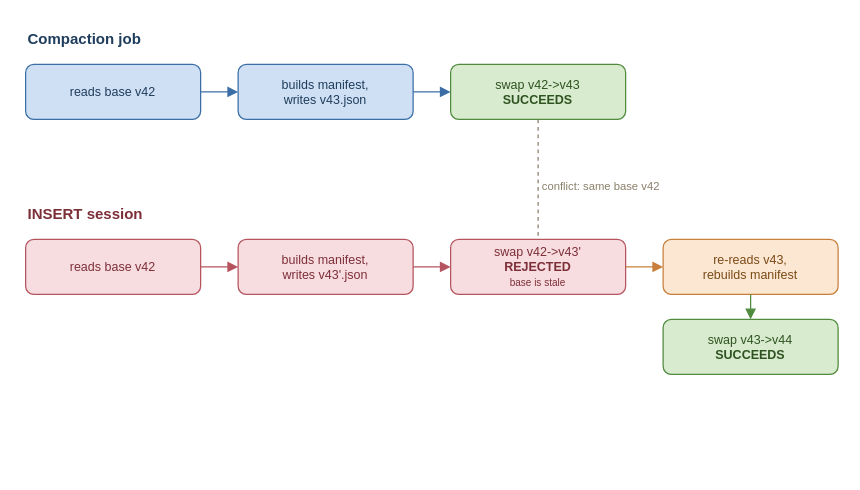
AlanPhan04/spark-101-to-pro keeps this draw.io diagram as book/figures/catalog-commit-race.drawio. Above is the earlier version. Source tidied: cells renumbered, new cells numbered last; positions are measured from the earlier drawing's top-left corner, leaving out a move shared by most shapes. Both pictures are drawn from the tidied source at 125%, with x=0, y=0 at pixel (25, 21).
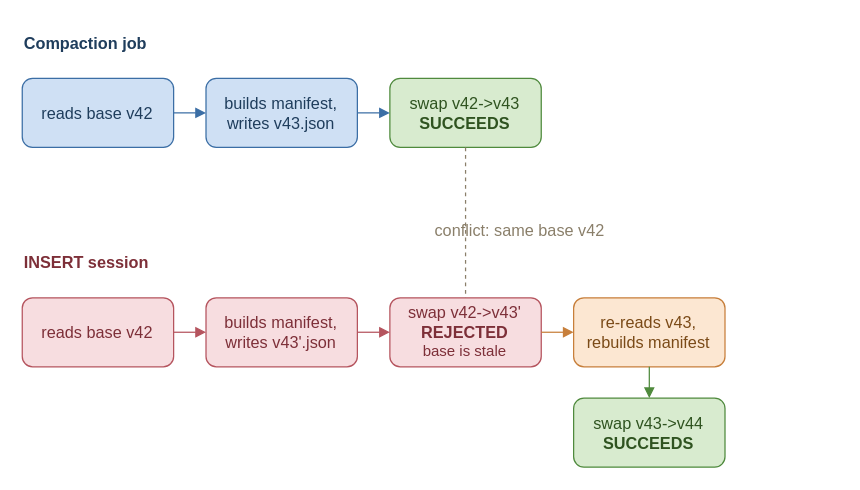
Above is the later version.

Diff of the diagram source:
```diff
@@
 <mxGraphModel>
   <root>
     <mxCell id="0" />
     <mxCell id="1" parent="0" />
-    <mxCell id="2" value="&lt;b&gt;Compaction job&lt;/b&gt;" style="text;html=1;align=left;fontSize=12;fontColor=#1f3d5c;" parent="1" vertex="1">
-      <mxGeometry width="200" height="24" as="geometry" />
+    <mxCell id="2" value="&lt;b&gt;Compaction job&lt;/b&gt;" style="text;html=1;align=left;fontSize=13;fontColor=#1f3d5c;" parent="1" vertex="1">
+      <mxGeometry x="-2.7" y="2.5" width="173" height="30.1" as="geometry" />
     </mxCell>
-    <mxCell id="3" value="&lt;b&gt;INSERT session&lt;/b&gt;" style="text;html=1;align=left;fontSize=12;fontColor=#7d2f38;" parent="1" vertex="1">
-      <mxGeometry y="140" width="200" height="24" as="geometry" />
+    <mxCell id="3" value="&lt;b&gt;INSERT session&lt;/b&gt;" style="text;html=1;align=left;fontSize=13;fontColor=#7d2f38;" parent="1" vertex="1">
+      <mxGeometry x="-2.7" y="178.1" width="173" height="30.1" as="geometry" />
     </mxCell>
-    <mxCell id="4" value="reads base v42" style="rounded=1;whiteSpace=wrap;html=1;fillColor=#cfe0f4;strokeColor=#3b6ea5;fontSize=10;fontColor=#1f3d5c;" parent="1" vertex="1">
-      <mxGeometry y="34" width="140" height="44" as="geometry" />
+    <mxCell id="4" value="reads base v42" style="rounded=1;whiteSpace=wrap;html=1;fillColor=#cfe0f4;strokeColor=#3b6ea5;fontSize=13;fontColor=#1f3d5c;" parent="1" vertex="1">
+      <mxGeometry x="-2.7" y="45.2" width="121.1" height="55.2" as="geometry" />
     </mxCell>
-    <mxCell id="5" value="builds manifest,&lt;br&gt;writes v43.json" style="rounded=1;whiteSpace=wrap;html=1;fillColor=#cfe0f4;strokeColor=#3b6ea5;fontSize=10;fontColor=#1f3d5c;" parent="1" vertex="1">
-      <mxGeometry x="170" y="34" width="140" height="44" as="geometry" />
+    <mxCell id="5" value="builds manifest,&lt;br&gt;writes v43.json" style="rounded=1;whiteSpace=wrap;html=1;fillColor=#cfe0f4;strokeColor=#3b6ea5;fontSize=13;fontColor=#1f3d5c;" parent="1" vertex="1">
+      <mxGeometry x="144.3" y="45.2" width="121.1" height="55.2" as="geometry" />
     </mxCell>
-    <mxCell id="6" value="swap v42-&amp;gt;v43&lt;br&gt;&lt;b&gt;SUCCEEDS&lt;/b&gt;" style="rounded=1;whiteSpace=wrap;html=1;fillColor=#d8ebcf;strokeColor=#4f8a3d;fontSize=10;fontColor=#2f5320;" parent="1" vertex="1">
-      <mxGeometry x="340" y="34" width="140" height="44" as="geometry" />
+    <mxCell id="6" value="swap v42-&amp;gt;v43&lt;br&gt;&lt;b&gt;SUCCEEDS&lt;/b&gt;" style="rounded=1;whiteSpace=wrap;html=1;fillColor=#d8ebcf;strokeColor=#4f8a3d;fontSize=13;fontColor=#2f5320;" parent="1" vertex="1">
+      <mxGeometry x="291.4" y="45.2" width="121.1" height="55.2" as="geometry" />
     </mxCell>
-    <mxCell id="7" value="reads base v42" style="rounded=1;whiteSpace=wrap;html=1;fillColor=#f7dde0;strokeColor=#b5545e;fontSize=10;fontColor=#7d2f38;" parent="1" vertex="1">
-      <mxGeometry y="174" width="140" height="44" as="geometry" />
+    <mxCell id="7" value="reads base v42" style="rounded=1;whiteSpace=wrap;html=1;fillColor=#f7dde0;strokeColor=#b5545e;fontSize=13;fontColor=#7d2f38;" parent="1" vertex="1">
+      <mxGeometry x="-2.7" y="220.7" width="121.1" height="55.2" as="geometry" />
     </mxCell>
-    <mxCell id="8" value="builds manifest,&lt;br&gt;writes v43'.json" style="rounded=1;whiteSpace=wrap;html=1;fillColor=#f7dde0;strokeColor=#b5545e;fontSize=10;fontColor=#7d2f38;" parent="1" vertex="1">
-      <mxGeometry x="170" y="174" width="140" height="44" as="geometry" />
+    <mxCell id="8" value="builds manifest,&lt;br&gt;writes v43'.json" style="rounded=1;whiteSpace=wrap;html=1;fillColor=#f7dde0;strokeColor=#b5545e;fontSize=13;fontColor=#7d2f38;" parent="1" vertex="1">
+      <mxGeometry x="144.3" y="220.7" width="121.1" height="55.2" as="geometry" />
     </mxCell>
-    <mxCell id="9" value="swap v42-&amp;gt;v43'&lt;br&gt;&lt;b&gt;REJECTED&lt;/b&gt;&lt;br&gt;&lt;span style=&quot;font-size:8px&quot;&gt;base is stale&lt;/span&gt;" style="rounded=1;whiteSpace=wrap;html=1;fillColor=#f7dde0;strokeColor=#b5545e;fontSize=10;fontColor=#7d2f38;" parent="1" vertex="1">
-      <mxGeometry x="340" y="174" width="140" height="44" as="geometry" />
+    <mxCell id="9" value="swap v42-&amp;gt;v43'&lt;br&gt;&lt;b&gt;REJECTED&lt;/b&gt;&lt;br&gt;&lt;span style=&quot;font-size:12px&quot;&gt;base is stale&lt;/span&gt;" style="rounded=1;whiteSpace=wrap;html=1;fillColor=#f7dde0;strokeColor=#b5545e;fontSize=13;fontColor=#7d2f38;" parent="1" vertex="1">
+      <mxGeometry x="291.4" y="220.7" width="121.1" height="55.2" as="geometry" />
     </mxCell>
-    <mxCell id="10" value="re-reads v43,&lt;br&gt;rebuilds manifest" style="rounded=1;whiteSpace=wrap;html=1;fillColor=#fce7d2;strokeColor=#c77f3b;fontSize=10;fontColor=#7a4a17;" parent="1" vertex="1">
-      <mxGeometry x="510" y="174" width="140" height="44" as="geometry" />
+    <mxCell id="10" value="re-reads v43,&lt;br&gt;rebuilds manifest" style="rounded=1;whiteSpace=wrap;html=1;fillColor=#fce7d2;strokeColor=#c77f3b;fontSize=13;fontColor=#7a4a17;" parent="1" vertex="1">
+      <mxGeometry x="438.4" y="220.7" width="121.1" height="55.2" as="geometry" />
     </mxCell>
-    <mxCell id="11" value="swap v43-&amp;gt;v44&lt;br&gt;&lt;b&gt;SUCCEEDS&lt;/b&gt;" style="rounded=1;whiteSpace=wrap;html=1;fillColor=#d8ebcf;strokeColor=#4f8a3d;fontSize=10;fontColor=#2f5320;" parent="1" vertex="1">
-      <mxGeometry x="510" y="238" width="140" height="44" as="geometry" />
+    <mxCell id="11" value="swap v43-&amp;gt;v44&lt;br&gt;&lt;b&gt;SUCCEEDS&lt;/b&gt;" style="rounded=1;whiteSpace=wrap;html=1;fillColor=#d8ebcf;strokeColor=#4f8a3d;fontSize=13;fontColor=#2f5320;" parent="1" vertex="1">
+      <mxGeometry x="438.4" y="301" width="121.1" height="55.2" as="geometry" />
     </mxCell>
     <mxCell id="12" style="edges=1;html=1;endArrow=block;strokeColor=#3b6ea5;" parent="1" edge="1" source="4" target="5">
       <mxGeometry relative="1" as="geometry" />
     </mxCell>
     <mxCell id="13" style="edges=1;html=1;endArrow=block;strokeColor=#3b6ea5;" parent="1" edge="1" source="5" target="6">
       <mxGeometry relative="1" as="geometry" />
     </mxCell>
     <mxCell id="14" style="edges=1;html=1;endArrow=block;strokeColor=#b5545e;" parent="1" edge="1" source="7" target="8">
       <mxGeometry relative="1" as="geometry" />
     </mxCell>
     <mxCell id="15" style="edges=1;html=1;endArrow=block;strokeColor=#b5545e;" parent="1" edge="1" source="8" target="9">
       <mxGeometry relative="1" as="geometry" />
     </mxCell>
     <mxCell id="16" style="edges=1;html=1;endArrow=block;strokeColor=#c77f3b;" parent="1" edge="1" source="9" target="10">
       <mxGeometry relative="1" as="geometry" />
     </mxCell>
     <mxCell id="17" style="edges=1;html=1;endArrow=block;strokeColor=#4f8a3d;exitX=0.5;exitY=1;entryX=0.5;entryY=0;" parent="1" edge="1" source="10" target="11">
       <mxGeometry relative="1" as="geometry" />
     </mxCell>
     <mxCell id="18" style="edges=1;html=1;endArrow=none;dashed=1;strokeColor=#8a7f6a;" parent="1" edge="1" source="6" target="9">
       <mxGeometry relative="1" as="geometry" />
     </mxCell>
-    <mxCell id="19" value="conflict: same base v42" style="text;html=1;align=center;fontSize=9;fontColor=#8a7f6a;" parent="1" vertex="1">
-      <mxGeometry x="360" y="120" width="200" height="20" as="geometry" />
+    <mxCell id="19" value="conflict: same base v42" style="text;html=1;align=center;fontSize=13;fontColor=#8a7f6a;" parent="1" vertex="1">
+      <mxGeometry x="308.6" y="153" width="173" height="25.1" as="geometry" />
     </mxCell>
   </root>
 </mxGraphModel>
```
